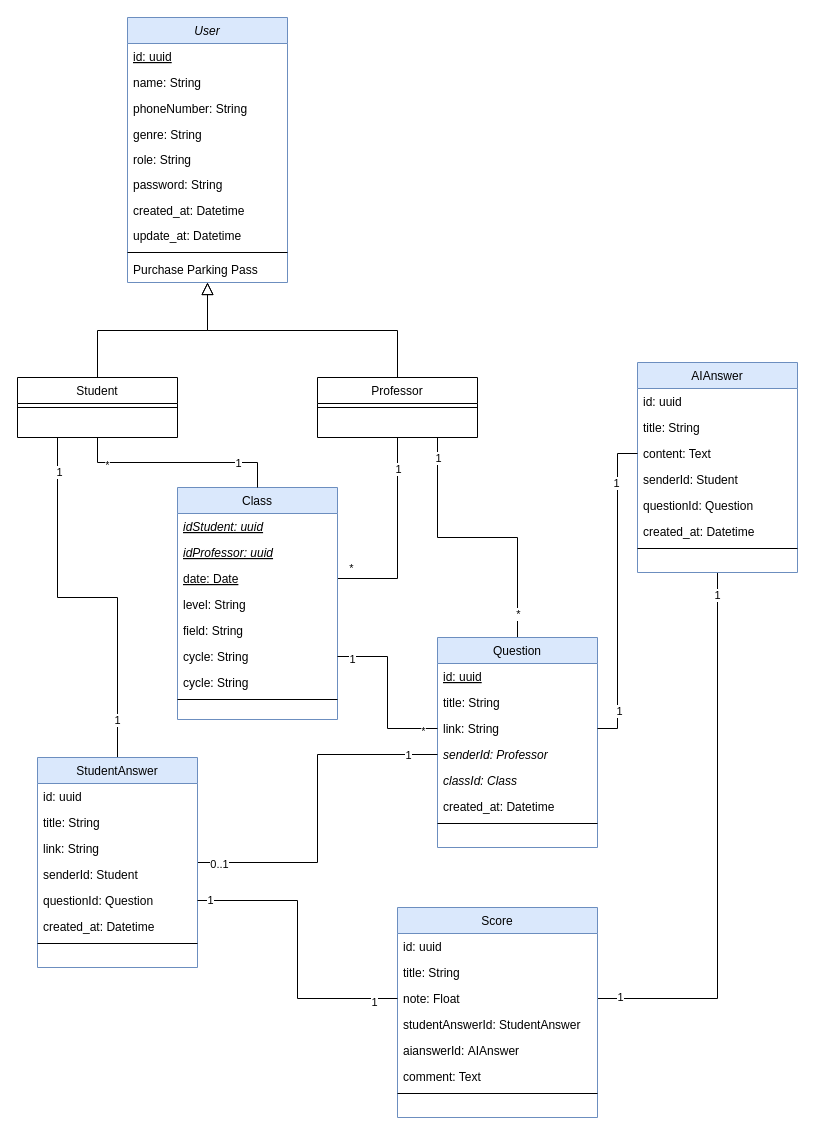
Above: plateforme_de_correction(MI).drawio in SSDM2/ESP_DBEval (draw.io), before the change. Source tidied: cells renumbered, new cells numbered last; positions are measured from the earlier drawing's top-left corner, leaving out a move shared by most shapes. Both pictures are drawn from the tidied source at 100%, with x=0, y=0 at pixel (17, 17).
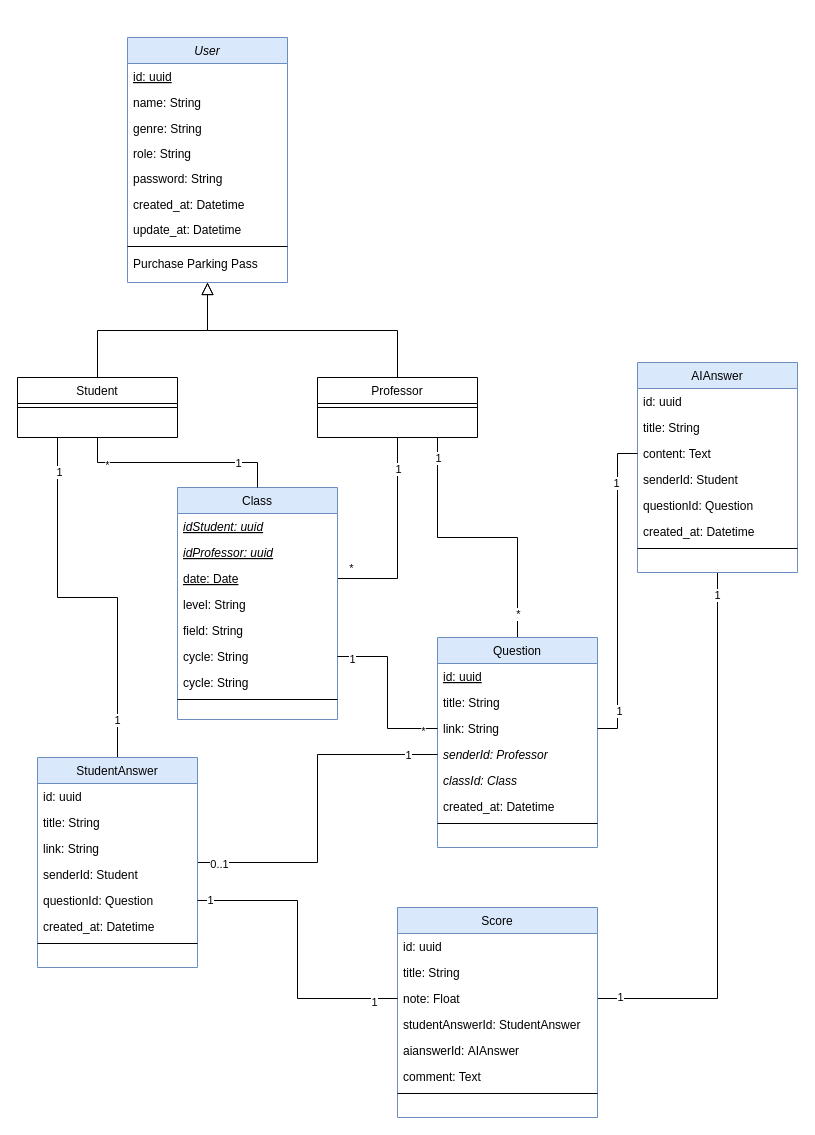
The same page after the edit.

Commit message:
Mettre à jour plateforme_de_correction(MI).drawio

The edit, as a diff of the source:
```diff
@@
     <mxCell id="2" value="User" style="swimlane;fontStyle=2;align=center;verticalAlign=top;horizontal=1;startSize=26;rounded=0;shadow=0;strokeWidth=1;fillColor=#dae8fc;strokeColor=#6c8ebf;" parent="1" vertex="1">
-      <mxGeometry x="110" width="160" height="265" as="geometry" />
+      <mxGeometry x="110" y="20" width="160" height="245" as="geometry" />
     </mxCell>
@@
-    <mxCell id="5" value="phoneNumber: String" style="text;align=left;verticalAlign=top;spacingLeft=4;spacingRight=4;overflow=hidden;rounded=0;shadow=0;html=0;" parent="2" vertex="1">
-      <mxGeometry y="78" width="160" height="26" as="geometry" />
-    </mxCell>
     <mxCell id="6" value="genre: String" style="text;align=left;verticalAlign=top;spacingLeft=4;spacingRight=4;overflow=hidden;rounded=0;shadow=0;html=0;" parent="2" vertex="1">
-      <mxGeometry y="104" width="160" height="25" as="geometry" />
+      <mxGeometry y="78" width="160" height="25" as="geometry" />
     </mxCell>
     <mxCell id="7" value="role: String" style="text;align=left;verticalAlign=top;spacingLeft=4;spacingRight=4;overflow=hidden;rounded=0;shadow=0;html=0;" parent="2" vertex="1">
-      <mxGeometry y="129" width="160" height="25" as="geometry" />
+      <mxGeometry y="103" width="160" height="25" as="geometry" />
     </mxCell>
     <mxCell id="8" value="password: String" style="text;align=left;verticalAlign=top;spacingLeft=4;spacingRight=4;overflow=hidden;rounded=0;shadow=0;html=0;" parent="2" vertex="1">
-      <mxGeometry y="154" width="160" height="26" as="geometry" />
+      <mxGeometry y="128" width="160" height="26" as="geometry" />
     </mxCell>
     <mxCell id="9" value="created_at: Datetime" style="text;align=left;verticalAlign=top;spacingLeft=4;spacingRight=4;overflow=hidden;rounded=0;shadow=0;html=0;" parent="2" vertex="1">
-      <mxGeometry y="180" width="160" height="25" as="geometry" />
+      <mxGeometry y="154" width="160" height="25" as="geometry" />
     </mxCell>
     <mxCell id="10" value="update_at: Datetime" style="text;align=left;verticalAlign=top;spacingLeft=4;spacingRight=4;overflow=hidden;rounded=0;shadow=0;html=0;" parent="2" vertex="1">
-      <mxGeometry y="205" width="160" height="26" as="geometry" />
+      <mxGeometry y="179" width="160" height="26" as="geometry" />
     </mxCell>
     <mxCell id="11" style="line;html=1;strokeWidth=1;align=left;verticalAlign=middle;spacingTop=-1;spacingLeft=3;spacingRight=3;labelPosition=right;" parent="2" vertex="1">
-      <mxGeometry y="231" width="160" height="8" as="geometry" />
+      <mxGeometry y="205" width="160" height="8" as="geometry" />
     </mxCell>
     <mxCell id="12" value="Purchase Parking Pass" style="text;align=left;verticalAlign=top;spacingLeft=4;spacingRight=4;overflow=hidden;" parent="2" vertex="1">
-      <mxGeometry y="239" width="160" height="26" as="geometry" />
+      <mxGeometry y="213" width="160" height="26" as="geometry" />
     </mxCell>
```
